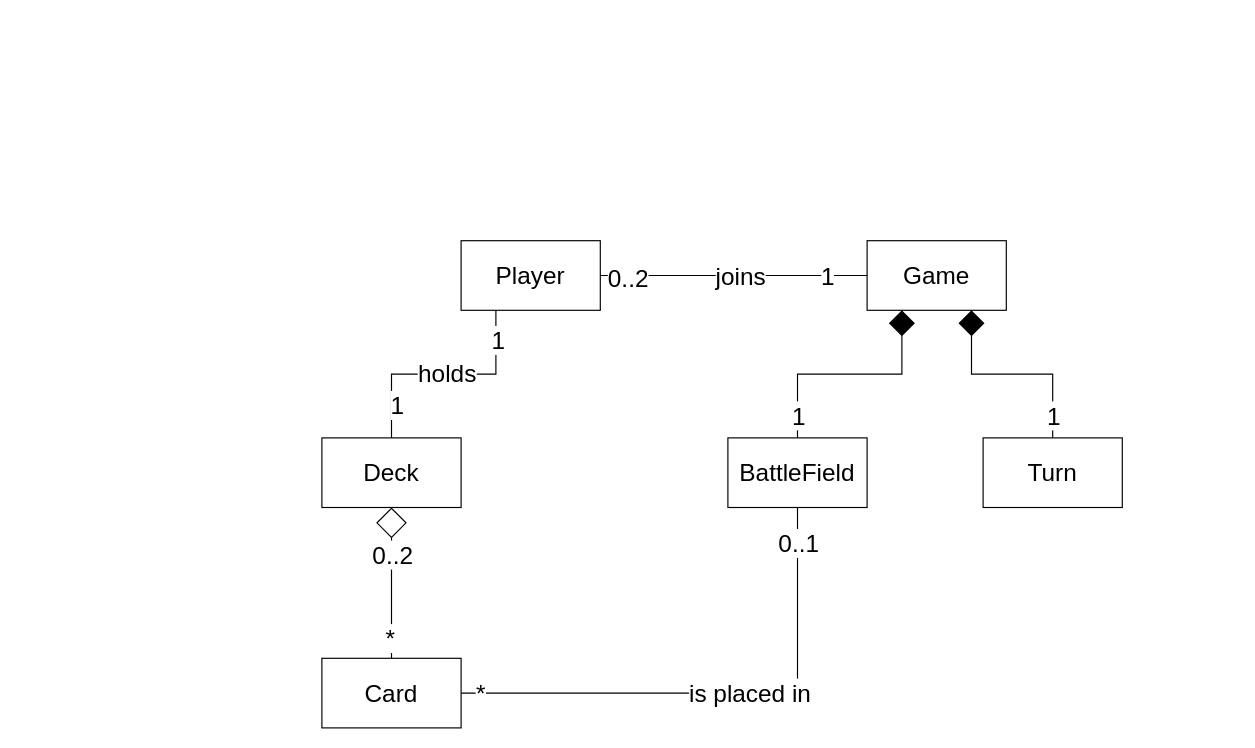
The draw.io diagram page "Struttura Progetto" (2 of 5) of drawio/Tesi.drawio in FilippoGurioli/Tesi, before the edit. Source tidied: cells renumbered, new cells numbered last; positions are measured from the earlier drawing's top-left corner, leaving out a move shared by most shapes. Both pictures are drawn from the tidied source at 116%, with x=0, y=0 at pixel (321, 240).
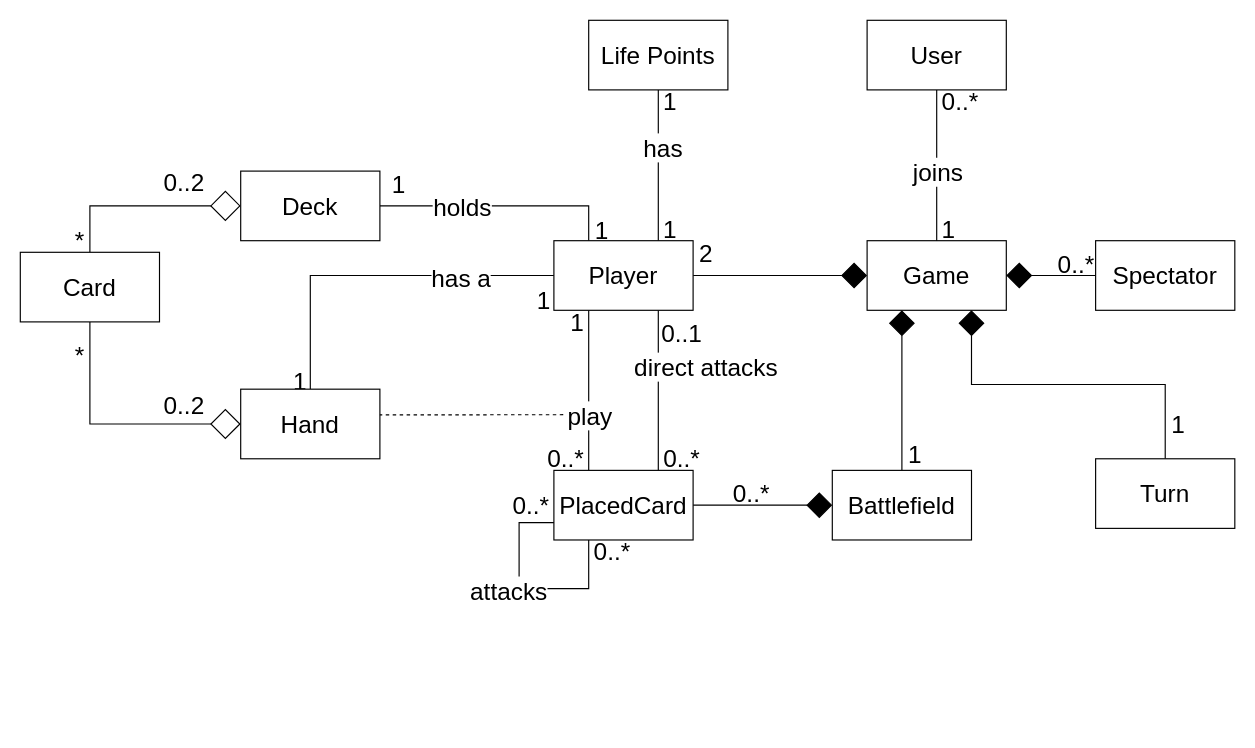
After the change.

Unchanged cells that the change refers to:
```xml
<mxCell id="9" value="Game" style="rounded=0;whiteSpace=wrap;html=1;fontSize=21;" parent="1" vertex="1">
  <mxGeometry x="470" width="120" height="60" as="geometry" />
</mxCell>
<mxCell id="19" style="edgeStyle=orthogonalEdgeStyle;rounded=0;html=1;entryX=0.25;entryY=1;entryDx=0;entryDy=0;strokeWidth=1;fontSize=21;endArrow=diamond;endFill=1;endSize=20;" parent="1" edge="1" source="21" target="9">
  <mxGeometry relative="1" as="geometry" />
</mxCell>
```

What changed in the source:
```diff
@@
-    <mxCell id="2" style="edgeStyle=none;rounded=0;html=1;entryX=0;entryY=0.5;entryDx=0;entryDy=0;fontSize=21;endArrow=none;endFill=0;exitX=1;exitY=0.5;exitDx=0;exitDy=0;" parent="1" edge="1" source="14" target="9">
+    <mxCell id="2" style="edgeStyle=none;rounded=0;html=1;entryX=0;entryY=0.5;entryDx=0;entryDy=0;fontSize=21;endArrow=diamond;endFill=1;exitX=1;exitY=0.5;exitDx=0;exitDy=0;endSize=20;" parent="1" edge="1" source="14" target="9">
       <mxGeometry relative="1" as="geometry" />
     </mxCell>
-    <mxCell id="3" value="joins" style="edgeLabel;html=1;align=center;verticalAlign=middle;fontSize=21;" parent="2" vertex="1">
-      <mxGeometry x="-0.14" relative="1" as="geometry">
-        <mxPoint x="21" as="offset" />
-      </mxGeometry>
-    </mxCell>
-    <mxCell id="4" value="0..2" style="edgeLabel;html=1;align=center;verticalAlign=middle;fontSize=21;" parent="2" vertex="1">
+    <mxCell id="4" value="2" style="edgeLabel;html=1;align=center;verticalAlign=middle;fontSize=21;" parent="2" vertex="1">
       <mxGeometry x="-0.85" y="-1" relative="1" as="geometry">
-        <mxPoint x="6" as="offset" />
+        <mxPoint x="-1" y="-21" as="offset" />
       </mxGeometry>
     </mxCell>
-    <mxCell id="5" value="1" style="edgeLabel;html=1;align=center;verticalAlign=middle;fontSize=21;" parent="2" vertex="1">
-      <mxGeometry x="0.79" relative="1" as="geometry">
-        <mxPoint x="-11" as="offset" />
-      </mxGeometry>
-    </mxCell>
-    <mxCell id="6" style="endArrow=diamond;endFill=0;endSize=24;html=1;rounded=0;exitX=0.5;exitY=0;exitDx=0;exitDy=0;entryX=0.5;entryY=1;entryDx=0;entryDy=0;" parent="1" edge="1" source="26" target="18">
+    <mxCell id="6" style="endArrow=diamond;endFill=0;endSize=24;html=1;rounded=0;exitX=0.5;exitY=0;exitDx=0;exitDy=0;entryX=0;entryY=0.5;entryDx=0;entryDy=0;edgeStyle=orthogonalEdgeStyle;" parent="1" edge="1" source="26" target="18">
       <mxGeometry relative="1" as="geometry" />
     </mxCell>
     <mxCell id="7" value="&lt;font style=&quot;font-size: 21px;&quot;&gt;0..2&lt;/font&gt;" style="edgeLabel;html=1;align=center;verticalAlign=middle;" parent="6" vertex="1">
       <mxGeometry x="-0.82" y="-2" relative="1" as="geometry">
-        <mxPoint x="-2" y="-78" as="offset" />
+        <mxPoint x="78" y="-46" as="offset" />
       </mxGeometry>
     </mxCell>
     <mxCell id="8" value="*" style="edgeLabel;html=1;align=center;verticalAlign=middle;fontSize=21;" parent="6" vertex="1">
-      <mxGeometry x="-0.72" y="2" relative="1" as="geometry" />
+      <mxGeometry x="-0.72" y="2" relative="1" as="geometry">
+        <mxPoint x="-8" y="13" as="offset" />
+      </mxGeometry>
     </mxCell>
@@
-    <mxCell id="10" style="edgeStyle=orthogonalEdgeStyle;rounded=0;html=1;exitX=0.25;exitY=1;exitDx=0;exitDy=0;entryX=0.5;entryY=0;entryDx=0;entryDy=0;fontSize=21;endArrow=none;endFill=0;" parent="1" edge="1" source="14" target="18">
+    <mxCell id="10" style="edgeStyle=orthogonalEdgeStyle;rounded=0;html=1;exitX=0.25;exitY=0;exitDx=0;exitDy=0;entryX=1;entryY=0.5;entryDx=0;entryDy=0;fontSize=21;endArrow=none;endFill=0;" parent="1" edge="1" source="14" target="18">
       <mxGeometry relative="1" as="geometry" />
     </mxCell>
     <mxCell id="11" value="holds" style="edgeLabel;html=1;align=center;verticalAlign=middle;fontSize=21;" parent="10" vertex="1">
       <mxGeometry x="-0.14" y="-1" relative="1" as="geometry">
-        <mxPoint x="-12" y="-1" as="offset" />
+        <mxPoint x="-50" y="1" as="offset" />
       </mxGeometry>
     </mxCell>
     <mxCell id="12" value="1" style="edgeLabel;html=1;align=center;verticalAlign=middle;fontSize=21;" parent="10" vertex="1">
-      <mxGeometry x="-0.75" y="1" relative="1" as="geometry" />
+      <mxGeometry x="-0.75" y="1" relative="1" as="geometry">
+        <mxPoint x="11" y="16" as="offset" />
+      </mxGeometry>
     </mxCell>
     <mxCell id="13" value="1" style="edgeLabel;html=1;align=center;verticalAlign=middle;fontSize=21;" parent="10" vertex="1">
       <mxGeometry x="0.8" relative="1" as="geometry">
-        <mxPoint x="4" y="-9" as="offset" />
+        <mxPoint x="-6" y="-20" as="offset" />
       </mxGeometry>
     </mxCell>
+    <mxCell id="27" style="edgeStyle=orthogonalEdgeStyle;html=1;exitX=0;exitY=0.5;exitDx=0;exitDy=0;entryX=0.5;entryY=0;entryDx=0;entryDy=0;rounded=0;endArrow=none;endFill=0;" parent="1" edge="1" source="14" target="38">
+      <mxGeometry relative="1" as="geometry" />
+    </mxCell>
+    <mxCell id="28" value="&lt;font style=&quot;font-size: 21px;&quot;&gt;has a&lt;/font&gt;" style="edgeLabel;html=1;align=center;verticalAlign=middle;" parent="27" vertex="1">
+      <mxGeometry x="-0.1" y="1" relative="1" as="geometry">
+        <mxPoint x="58" as="offset" />
+      </mxGeometry>
+    </mxCell>
+    <mxCell id="29" value="1" style="edgeLabel;html=1;align=center;verticalAlign=middle;fontSize=21;" parent="27" vertex="1">
+      <mxGeometry x="-0.88" y="2" relative="1" as="geometry">
+        <mxPoint x="8" y="18" as="offset" />
+      </mxGeometry>
+    </mxCell>
+    <mxCell id="30" value="1" style="edgeLabel;html=1;align=center;verticalAlign=middle;fontSize=21;" parent="27" vertex="1">
+      <mxGeometry x="0.81" y="-1" relative="1" as="geometry">
+        <mxPoint x="-9" y="21" as="offset" />
+      </mxGeometry>
+    </mxCell>
+    <mxCell id="31" style="edgeStyle=none;rounded=0;html=1;exitX=0.25;exitY=1;exitDx=0;exitDy=0;fontSize=21;endArrow=none;endFill=0;endSize=20;entryX=0.25;entryY=0;entryDx=0;entryDy=0;" parent="1" edge="1" source="14" target="42">
+      <mxGeometry relative="1" as="geometry" />
+    </mxCell>
+    <mxCell id="32" value="play" style="edgeLabel;html=1;align=center;verticalAlign=middle;fontSize=21;" parent="31" vertex="1">
+      <mxGeometry x="0.14" y="1" relative="1" as="geometry">
+        <mxPoint x="-1" y="11" as="offset" />
+      </mxGeometry>
+    </mxCell>
+    <mxCell id="33" style="edgeStyle=none;rounded=0;html=1;exitX=0.75;exitY=0;exitDx=0;exitDy=0;entryX=0.5;entryY=1;entryDx=0;entryDy=0;fontSize=21;endArrow=none;endFill=0;endSize=20;" parent="1" edge="1" source="14" target="55">
+      <mxGeometry relative="1" as="geometry" />
+    </mxCell>
+    <mxCell id="34" value="has" style="edgeLabel;html=1;align=center;verticalAlign=middle;fontSize=21;" parent="33" vertex="1">
+      <mxGeometry x="0.25" y="-3" relative="1" as="geometry" />
+    </mxCell>
+    <mxCell id="35" style="edgeStyle=none;rounded=0;html=1;exitX=0.75;exitY=1;exitDx=0;exitDy=0;entryX=0.75;entryY=0;entryDx=0;entryDy=0;fontSize=21;endArrow=none;endFill=0;endSize=20;" parent="1" edge="1" source="14" target="42">
+      <mxGeometry relative="1" as="geometry" />
+    </mxCell>
+    <mxCell id="36" value="direct attacks" style="edgeLabel;html=1;align=center;verticalAlign=middle;fontSize=21;" parent="35" vertex="1">
+      <mxGeometry x="-0.29" y="1" relative="1" as="geometry">
+        <mxPoint x="39" y="-1" as="offset" />
+      </mxGeometry>
+    </mxCell>
     <mxCell id="14" value="Player" style="rounded=0;whiteSpace=wrap;html=1;fontSize=21;" parent="1" vertex="1">
-      <mxGeometry x="120" width="120" height="60" as="geometry" />
+      <mxGeometry x="200" width="120" height="60" as="geometry" />
     </mxCell>
-    <mxCell id="15" style="edgeStyle=orthogonalEdgeStyle;rounded=0;html=1;entryX=0.75;entryY=1;entryDx=0;entryDy=0;strokeWidth=1;fontSize=21;endArrow=diamond;endFill=1;endSize=20;" parent="1" edge="1" source="17" target="9">
+    <mxCell id="15" style="edgeStyle=orthogonalEdgeStyle;rounded=0;html=1;entryX=0.75;entryY=1;entryDx=0;entryDy=0;strokeWidth=1;fontSize=21;endArrow=diamond;endFill=1;endSize=20;exitX=0.5;exitY=0;exitDx=0;exitDy=0;" parent="1" edge="1" source="17" target="9">
       <mxGeometry relative="1" as="geometry" />
     </mxCell>
     <mxCell id="16" value="1" style="edgeLabel;html=1;align=center;verticalAlign=middle;fontSize=21;" parent="15" vertex="1">
       <mxGeometry x="-0.81" y="1" relative="1" as="geometry">
-        <mxPoint x="1" y="-3" as="offset" />
+        <mxPoint x="11" y="-3" as="offset" />
       </mxGeometry>
     </mxCell>
     <mxCell id="17" value="Turn" style="rounded=0;whiteSpace=wrap;html=1;fontSize=21;" parent="1" vertex="1">
-      <mxGeometry x="570" y="170" width="120" height="60" as="geometry" />
+      <mxGeometry x="667" y="188" width="120" height="60" as="geometry" />
     </mxCell>
     <mxCell id="18" value="Deck" style="rounded=0;whiteSpace=wrap;html=1;fontSize=21;" parent="1" vertex="1">
-      <mxGeometry y="170" width="120" height="60" as="geometry" />
+      <mxGeometry x="-70" y="-60" width="120" height="60" as="geometry" />
     </mxCell>
@@
     <mxCell id="20" value="1" style="edgeLabel;html=1;align=center;verticalAlign=middle;fontSize=21;" parent="19" vertex="1">
       <mxGeometry x="-0.85" relative="1" as="geometry">
-        <mxPoint y="-5" as="offset" />
+        <mxPoint x="10" y="-5" as="offset" />
       </mxGeometry>
     </mxCell>
-    <mxCell id="21" value="BattleField" style="whiteSpace=wrap;html=1;fontSize=21;" parent="1" vertex="1">
-      <mxGeometry x="350" y="170" width="120" height="60" as="geometry" />
+    <mxCell id="21" value="Battlefield" style="whiteSpace=wrap;html=1;fontSize=21;" parent="1" vertex="1">
+      <mxGeometry x="440" y="198" width="120" height="60" as="geometry" />
     </mxCell>
-    <mxCell id="22" style="edgeStyle=orthogonalEdgeStyle;html=1;entryX=0.5;entryY=1;entryDx=0;entryDy=0;fontSize=21;endArrow=none;endFill=0;exitX=1;exitY=0.5;exitDx=0;exitDy=0;strokeWidth=1;rounded=0;endSize=20;" parent="1" edge="1" source="26" target="21">
-      <mxGeometry relative="1" as="geometry" />
-    </mxCell>
+    <mxCell id="26" value="Card" style="rounded=0;whiteSpace=wrap;html=1;fontSize=21;" parent="1" vertex="1">
+      <mxGeometry x="-260" y="10" width="120" height="60" as="geometry" />
+    </mxCell>
+    <mxCell id="37" style="edgeStyle=none;rounded=0;html=1;fontSize=21;endArrow=none;endFill=0;endSize=20;dashed=1;exitX=0.992;exitY=0.37;exitDx=0;exitDy=0;exitPerimeter=0;" parent="1" edge="1" source="38">
+      <mxGeometry relative="1" as="geometry">
+        <mxPoint x="210" y="150" as="targetPoint" />
+      </mxGeometry>
+    </mxCell>
+    <mxCell id="38" value="Hand" style="rounded=0;whiteSpace=wrap;html=1;fontSize=21;" parent="1" vertex="1">
+      <mxGeometry x="-70" y="128" width="120" height="60" as="geometry" />
+    </mxCell>
+    <mxCell id="39" style="endArrow=diamond;endFill=0;endSize=24;html=1;rounded=0;exitX=0.5;exitY=1;exitDx=0;exitDy=0;entryX=0;entryY=0.5;entryDx=0;entryDy=0;edgeStyle=orthogonalEdgeStyle;" parent="1" edge="1" source="26" target="38">
+      <mxGeometry relative="1" as="geometry" />
+    </mxCell>
+    <mxCell id="40" value="&lt;font style=&quot;font-size: 21px;&quot;&gt;0..2&lt;/font&gt;" style="edgeLabel;html=1;align=center;verticalAlign=middle;" parent="39" vertex="1">
+      <mxGeometry x="-0.82" y="-2" relative="1" as="geometry">
+        <mxPoint x="82" y="51" as="offset" />
+      </mxGeometry>
+    </mxCell>
+    <mxCell id="24" value="*" style="edgeLabel;html=1;align=center;verticalAlign=middle;fontSize=21;" parent="39" vertex="1">
+      <mxGeometry x="-0.72" y="2" relative="1" as="geometry">
+        <mxPoint x="-12" y="-3" as="offset" />
+      </mxGeometry>
+    </mxCell>
+    <mxCell id="41" style="edgeStyle=none;rounded=0;html=1;entryX=0;entryY=0.5;entryDx=0;entryDy=0;fontSize=21;endArrow=diamond;endFill=1;exitX=1;exitY=0.5;exitDx=0;exitDy=0;endSize=20;" parent="1" edge="1" source="42" target="21">
+      <mxGeometry relative="1" as="geometry" />
+    </mxCell>
+    <mxCell id="42" value="PlacedCard" style="rounded=0;whiteSpace=wrap;html=1;fontSize=21;" parent="1" vertex="1">
+      <mxGeometry x="200" y="198" width="120" height="60" as="geometry" />
+    </mxCell>
+    <mxCell id="43" value="0..*" style="text;html=1;align=center;verticalAlign=middle;strokeColor=none;fillColor=none;fontSize=21;" parent="1" vertex="1">
+      <mxGeometry x="180" y="168" width="60" height="40" as="geometry" />
+    </mxCell>
+    <mxCell id="44" style="edgeStyle=none;rounded=0;html=1;fontSize=21;endArrow=none;endFill=0;endSize=20;exitX=0.5;exitY=1;exitDx=0;exitDy=0;" parent="1" edge="1" source="45">
+      <mxGeometry relative="1" as="geometry">
+        <mxPoint x="530" as="targetPoint" />
+      </mxGeometry>
+    </mxCell>
+    <mxCell id="3" value="joins" style="edgeLabel;html=1;align=center;verticalAlign=middle;fontSize=21;" parent="44" vertex="1">
+      <mxGeometry x="0.2" relative="1" as="geometry">
+        <mxPoint y="-8" as="offset" />
+      </mxGeometry>
+    </mxCell>
+    <mxCell id="45" value="User" style="rounded=0;whiteSpace=wrap;html=1;fontSize=21;" parent="1" vertex="1">
+      <mxGeometry x="470" y="-190" width="120" height="60" as="geometry" />
+    </mxCell>
+    <mxCell id="46" value="0..*" style="text;html=1;align=center;verticalAlign=middle;strokeColor=none;fillColor=none;fontSize=21;" parent="1" vertex="1">
+      <mxGeometry x="520" y="-140" width="60" height="40" as="geometry" />
+    </mxCell>
+    <mxCell id="47" value="1" style="text;html=1;align=center;verticalAlign=middle;strokeColor=none;fillColor=none;fontSize=21;" parent="1" vertex="1">
+      <mxGeometry x="520" y="-30" width="40" height="40" as="geometry" />
+    </mxCell>
+    <mxCell id="48" style="edgeStyle=orthogonalEdgeStyle;rounded=0;html=1;entryX=1;entryY=0.5;entryDx=0;entryDy=0;strokeWidth=1;fontSize=21;endArrow=diamond;endFill=1;endSize=20;exitX=0;exitY=0.5;exitDx=0;exitDy=0;" parent="1" edge="1" source="49" target="9">
+      <mxGeometry relative="1" as="geometry" />
+    </mxCell>
+    <mxCell id="49" value="Spectator" style="rounded=0;whiteSpace=wrap;html=1;fontSize=21;" parent="1" vertex="1">
+      <mxGeometry x="667" width="120" height="60" as="geometry" />
+    </mxCell>
+    <mxCell id="50" value="0..*" style="text;html=1;align=center;verticalAlign=middle;strokeColor=none;fillColor=none;fontSize=21;" parent="1" vertex="1">
+      <mxGeometry x="620" width="60" height="40" as="geometry" />
+    </mxCell>
+    <mxCell id="51" value="0..*" style="text;html=1;align=center;verticalAlign=middle;strokeColor=none;fillColor=none;fontSize=21;" parent="1" vertex="1">
+      <mxGeometry x="340" y="198" width="60" height="40" as="geometry" />
+    </mxCell>
+    <mxCell id="52" value="1" style="text;html=1;align=center;verticalAlign=middle;strokeColor=none;fillColor=none;fontSize=21;" parent="1" vertex="1">
+      <mxGeometry x="200" y="50" width="40" height="40" as="geometry" />
+    </mxCell>
+    <mxCell id="53" value="0..*" style="text;html=1;align=center;verticalAlign=middle;strokeColor=none;fillColor=none;fontSize=21;" parent="1" vertex="1">
+      <mxGeometry x="220" y="248" width="60" height="40" as="geometry" />
+    </mxCell>
+    <mxCell id="54" value="0..*" style="text;html=1;align=center;verticalAlign=middle;strokeColor=none;fillColor=none;fontSize=21;" parent="1" vertex="1">
+      <mxGeometry x="150" y="208" width="60" height="40" as="geometry" />
+    </mxCell>
+    <mxCell id="55" value="Life Points" style="rounded=0;whiteSpace=wrap;html=1;fontSize=21;" parent="1" vertex="1">
+      <mxGeometry x="230" y="-190" width="120" height="60" as="geometry" />
+    </mxCell>
+    <mxCell id="56" value="1" style="text;html=1;align=center;verticalAlign=middle;strokeColor=none;fillColor=none;fontSize=21;" parent="1" vertex="1">
+      <mxGeometry x="280" y="-140" width="40" height="40" as="geometry" />
+    </mxCell>
+    <mxCell id="57" value="1" style="text;html=1;align=center;verticalAlign=middle;strokeColor=none;fillColor=none;fontSize=21;" parent="1" vertex="1">
+      <mxGeometry x="280" y="-30" width="40" height="40" as="geometry" />
+    </mxCell>
+    <mxCell id="58" style="edgeStyle=none;rounded=0;html=1;exitX=0.25;exitY=1;exitDx=0;exitDy=0;entryX=0;entryY=0.75;entryDx=0;entryDy=0;fontSize=21;endArrow=none;endFill=0;endSize=20;" parent="1" edge="1" source="42" target="42">
+      <mxGeometry relative="1" as="geometry">
+        <Array as="points">
+          <mxPoint x="230" y="300" />
+          <mxPoint x="170" y="300" />
+          <mxPoint x="170" y="243" />
+        </Array>
+      </mxGeometry>
+    </mxCell>
+    <mxCell id="59" value="attacks" style="edgeLabel;html=1;align=center;verticalAlign=middle;fontSize=21;" parent="58" vertex="1">
+      <mxGeometry x="0.23" y="-2" relative="1" as="geometry">
+        <mxPoint x="-12" y="15" as="offset" />
+      </mxGeometry>
+    </mxCell>
-    <mxCell id="23" value="0..1" style="edgeLabel;html=1;align=center;verticalAlign=middle;fontSize=21;" parent="22" vertex="1">
-      <mxGeometry x="0.8" y="1" relative="1" as="geometry">
-        <mxPoint x="1" y="-15" as="offset" />
-      </mxGeometry>
+    <mxCell id="23" value="0..1" style="text;html=1;align=center;verticalAlign=middle;strokeColor=none;fillColor=none;fontSize=21;" parent="1" vertex="1">
+      <mxGeometry x="280" y="60" width="60" height="40" as="geometry" />
     </mxCell>
-    <mxCell id="24" value="*" style="edgeLabel;html=1;align=center;verticalAlign=middle;fontSize=21;" parent="22" vertex="1">
-      <mxGeometry x="-0.93" y="1" relative="1" as="geometry" />
-    </mxCell>
-    <mxCell id="25" value="is placed in" style="edgeLabel;html=1;align=center;verticalAlign=middle;fontSize=21;" parent="22" vertex="1">
-      <mxGeometry x="0.1" y="1" relative="1" as="geometry" />
-    </mxCell>
-    <mxCell id="26" value="Card" style="rounded=0;whiteSpace=wrap;html=1;fontSize=21;" parent="1" vertex="1">
-      <mxGeometry y="360" width="120" height="60" as="geometry" />
-    </mxCell>
+    <mxCell id="60" value="0..*" style="text;html=1;align=center;verticalAlign=middle;strokeColor=none;fillColor=none;fontSize=21;" parent="1" vertex="1">
+      <mxGeometry x="280" y="168" width="60" height="40" as="geometry" />
+    </mxCell>
```
